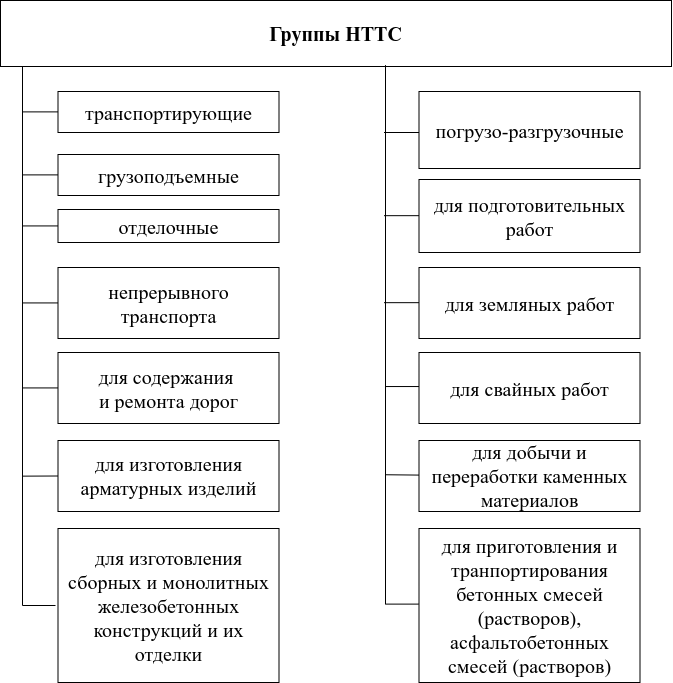
Earlier version of the draw.io export Dissertation/images/drawio/cls.drawio.png (dreddsa5dies/phd). Source tidied: cells renumbered, new cells last; positions are measured from the earlier drawing's top-left corner, leaving out a move shared by most shapes.
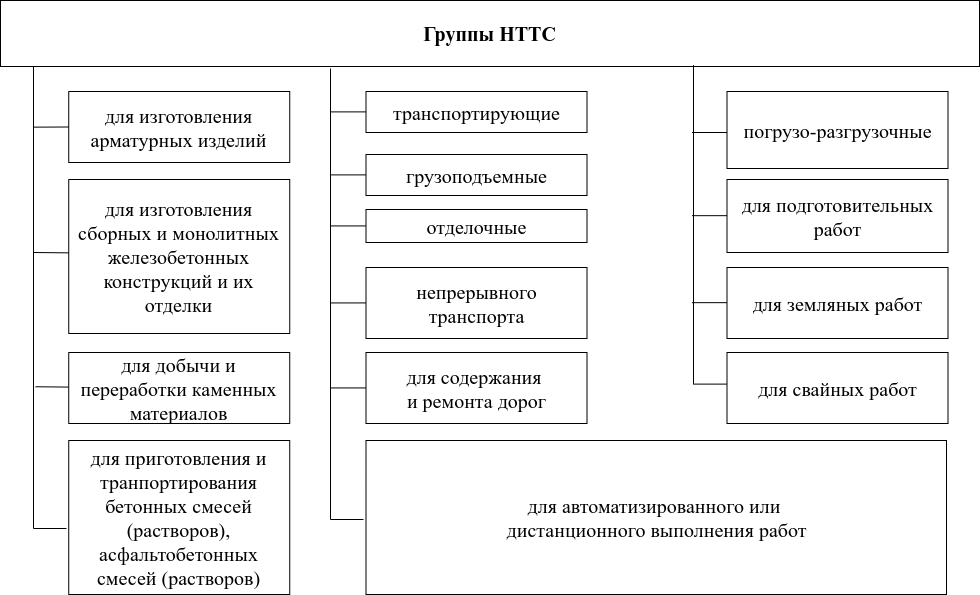
Later version of the same file.

What changed in the source:
```diff
@@ -3,7 +3,7 @@
     <mxCell id="0" />
     <mxCell id="1" parent="0" />
     <mxCell id="2" value="Группы НТТС" style="rounded=0;whiteSpace=wrap;html=1;fontSize=20;fontStyle=1;fontFamily=Times New Roman;" parent="1" vertex="1">
-      <mxGeometry x="231" width="671" height="66" as="geometry" />
+      <mxGeometry x="-77" width="979" height="66" as="geometry" />
     </mxCell>
     <mxCell id="3" value="транспортирующие" style="rounded=0;whiteSpace=wrap;html=1;fontSize=20;fontFamily=Times New Roman;" parent="1" vertex="1">
       <mxGeometry x="288.5" y="91" width="221" height="41" as="geometry" />
@@ -15,22 +15,24 @@
       <mxGeometry x="288.5" y="267" width="221" height="71" as="geometry" />
     </mxCell>
     <mxCell id="6" value="для изготовления арматурных изделий" style="rounded=0;whiteSpace=wrap;html=1;fontSize=20;fontFamily=Times New Roman;" parent="1" vertex="1">
-      <mxGeometry x="288.5" y="440" width="221" height="71" as="geometry" />
+      <mxGeometry x="-8.8" y="91" width="221" height="71" as="geometry" />
     </mxCell>
     <mxCell id="7" value="для изготовления сборных и монолитных железобетонных конструкций и их отделки" style="rounded=0;whiteSpace=wrap;html=1;fontSize=20;fontFamily=Times New Roman;" parent="1" vertex="1">
-      <mxGeometry x="288.5" y="528" width="221" height="154" as="geometry" />
+      <mxGeometry x="-8.8" y="179" width="221" height="154" as="geometry" />
     </mxCell>
     <mxCell id="8" value="для содержания&amp;nbsp;&lt;div&gt;и ремонта дорог&lt;/div&gt;" style="rounded=0;whiteSpace=wrap;html=1;fontSize=20;fontFamily=Times New Roman;" parent="1" vertex="1">
       <mxGeometry x="288.5" y="352" width="221" height="71" as="geometry" />
     </mxCell>
     <mxCell id="9" style="shape=partialRectangle;whiteSpace=wrap;html=1;bottom=0;right=0;fillColor=none;rotation=-90;" parent="1" vertex="1">
-      <mxGeometry y="319" width="539" height="33" as="geometry" />
+      <mxGeometry x="-258.5" y="280.5" width="462" height="33" as="geometry" />
     </mxCell>
     <mxCell id="10" value="отделочные" style="rounded=0;whiteSpace=wrap;html=1;fontSize=20;fontFamily=Times New Roman;" parent="1" vertex="1">
       <mxGeometry x="288.5" y="209" width="221" height="33" as="geometry" />
     </mxCell>
-    <mxCell id="11" style="endArrow=none;html=1;rounded=0;entryX=0;entryY=0.5;entryDx=0;entryDy=0;exitX=0.24;exitY=0.008;exitDx=0;exitDy=0;exitPerimeter=0;" parent="1" edge="1" source="9" target="6">
-      <mxGeometry relative="1" as="geometry" />
+    <mxCell id="11" style="endArrow=none;html=1;rounded=0;entryX=0;entryY=0.5;entryDx=0;entryDy=0;exitX=0.24;exitY=0.008;exitDx=0;exitDy=0;exitPerimeter=0;" parent="1" edge="1" target="6">
+      <mxGeometry relative="1" as="geometry">
+        <mxPoint x="-44" y="126.6" as="sourcePoint" />
+      </mxGeometry>
     </mxCell>
     <mxCell id="12" style="endArrow=none;html=1;rounded=0;entryX=0;entryY=0.5;entryDx=0;entryDy=0;exitX=0.24;exitY=0.008;exitDx=0;exitDy=0;exitPerimeter=0;" parent="1" edge="1">
       <mxGeometry relative="1" as="geometry">
@@ -63,19 +65,14 @@
       </mxGeometry>
     </mxCell>
     <mxCell id="17" style="shape=partialRectangle;whiteSpace=wrap;html=1;bottom=0;right=0;fillColor=none;rotation=-90;" parent="1" vertex="1">
-      <mxGeometry x="363" y="317.6" width="539" height="33" as="geometry" />
+      <mxGeometry x="473" y="207.6" width="319" height="33" as="geometry" />
     </mxCell>
-    <mxCell id="18" style="endArrow=none;html=1;rounded=0;entryX=0;entryY=0.5;entryDx=0;entryDy=0;exitX=0.24;exitY=0.008;exitDx=0;exitDy=0;exitPerimeter=0;" parent="1" edge="1" source="17">
+    <mxCell id="18" style="endArrow=none;html=1;rounded=0;entryX=0;entryY=0.5;entryDx=0;entryDy=0;exitX=0.24;exitY=0.008;exitDx=0;exitDy=0;exitPerimeter=0;" parent="1" edge="1">
       <mxGeometry relative="1" as="geometry">
-        <mxPoint x="652" y="474.6" as="targetPoint" />
+        <mxPoint x="-42" y="386.2" as="sourcePoint" />
+        <mxPoint x="-6.3" y="386.6" as="targetPoint" />
       </mxGeometry>
     </mxCell>
-    <mxCell id="19" style="endArrow=none;html=1;rounded=0;entryX=0;entryY=0.5;entryDx=0;entryDy=0;exitX=0.24;exitY=0.008;exitDx=0;exitDy=0;exitPerimeter=0;" parent="1" edge="1">
-      <mxGeometry relative="1" as="geometry">
-        <mxPoint x="615.5" y="386" as="sourcePoint" />
-        <mxPoint x="651.5" y="386" as="targetPoint" />
-      </mxGeometry>
-    </mxCell>
     <mxCell id="20" style="endArrow=none;html=1;rounded=0;entryX=0;entryY=0.5;entryDx=0;entryDy=0;exitX=0.24;exitY=0.008;exitDx=0;exitDy=0;exitPerimeter=0;" parent="1" edge="1">
       <mxGeometry relative="1" as="geometry">
         <mxPoint x="614.5" y="302.2" as="sourcePoint" />
@@ -107,10 +104,22 @@
       <mxGeometry x="649.5" y="352" width="221" height="71" as="geometry" />
     </mxCell>
     <mxCell id="27" value="для добычи и переработки каменных материалов" style="rounded=0;whiteSpace=wrap;html=1;fontSize=20;fontFamily=Times New Roman;" parent="1" vertex="1">
-      <mxGeometry x="649.5" y="440" width="221" height="71" as="geometry" />
+      <mxGeometry x="-8.8" y="352" width="221" height="71" as="geometry" />
     </mxCell>
     <mxCell id="28" value="для приготовления&amp;nbsp;и транпортирования бетонных смесей (растворов), асфальтобетонных смесей (растворов)" style="rounded=0;whiteSpace=wrap;html=1;fontSize=20;fontFamily=Times New Roman;" parent="1" vertex="1">
-      <mxGeometry x="649.5" y="528" width="221" height="154" as="geometry" />
+      <mxGeometry x="-8.8" y="440" width="221" height="154" as="geometry" />
     </mxCell>
+    <mxCell id="29" value="для автоматизированного или&amp;nbsp;&lt;div&gt;дистанционного выполнения работ&lt;/div&gt;" style="rounded=0;whiteSpace=wrap;html=1;fontSize=20;fontFamily=Times New Roman;" parent="1" vertex="1">
+      <mxGeometry x="288.5" y="440" width="580.5" height="154" as="geometry" />
+    </mxCell>
+    <mxCell id="30" style="shape=partialRectangle;whiteSpace=wrap;html=1;bottom=0;right=0;fillColor=none;rotation=-90;" parent="1" vertex="1">
+      <mxGeometry x="44" y="277" width="451" height="33" as="geometry" />
+    </mxCell>
+    <mxCell id="31" style="endArrow=none;html=1;rounded=0;entryX=0;entryY=0.5;entryDx=0;entryDy=0;exitX=0.24;exitY=0.008;exitDx=0;exitDy=0;exitPerimeter=0;" parent="1" edge="1">
+      <mxGeometry relative="1" as="geometry">
+        <mxPoint x="-43.8" y="252" as="sourcePoint" />
+        <mxPoint x="-8.8" y="252.4" as="targetPoint" />
+      </mxGeometry>
+    </mxCell>
   </root>
 </mxGraphModel>
```
